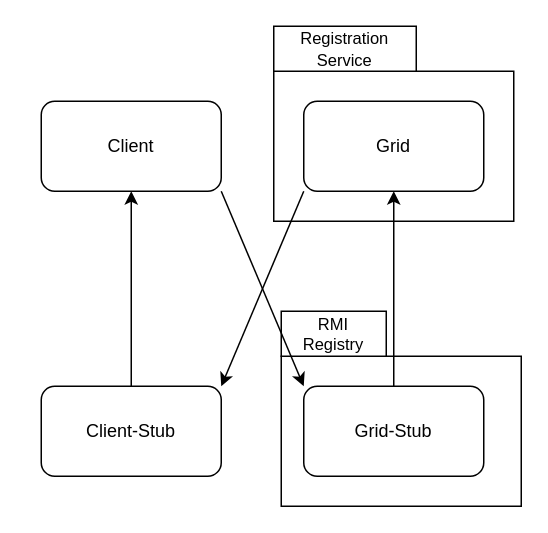
Earlier version of the draw.io diagram page "ArchitetturaRMI" (2 of 2) of pt2/Diagramma senza titolo.drawio (zucchero-sintattico/PCD-ASS03-23-24). Source tidied: cells renumbered, new cells numbered last; positions are measured from the earlier drawing's top-left corner, leaving out a move shared by most shapes. Both pictures are drawn from the tidied source at 150%, with x=0, y=0 at pixel (40, 26).
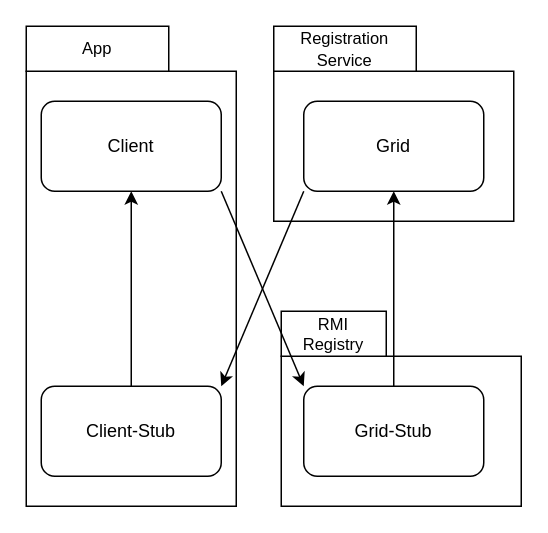
The same page after the edit.

Diff of the diagram source:
```diff
@@
 <mxGraphModel>
   <root>
     <mxCell id="0" />
     <mxCell id="1" parent="0" />
+    <mxCell id="14" style="rounded=0;whiteSpace=wrap;html=1;" parent="1" vertex="1">
+      <mxGeometry x="-10" y="30" width="140" height="290" as="geometry" />
+    </mxCell>
     <mxCell id="2" style="rounded=0;whiteSpace=wrap;html=1;gradientColor=none;fillColor=default;" parent="1" vertex="1">
       <mxGeometry x="155" y="30" width="160" height="100" as="geometry" />
     </mxCell>
     <mxCell id="3" style="rounded=0;whiteSpace=wrap;html=1;fillColor=default;" parent="1" vertex="1">
       <mxGeometry x="160" y="220" width="160" height="100" as="geometry" />
     </mxCell>
     <mxCell id="4" value="Client" style="rounded=1;whiteSpace=wrap;html=1;" parent="1" vertex="1">
       <mxGeometry y="50" width="120" height="60" as="geometry" />
     </mxCell>
     <mxCell id="5" style="rounded=0;jettySize=auto;html=1;exitX=0;exitY=1;exitDx=0;exitDy=0;entryX=1;entryY=0;entryDx=0;entryDy=0;" parent="1" edge="1" source="6" target="8">
       <mxGeometry relative="1" as="geometry" />
     </mxCell>
     <mxCell id="6" value="Grid" style="rounded=1;whiteSpace=wrap;html=1;" parent="1" vertex="1">
       <mxGeometry x="175" y="50" width="120" height="60" as="geometry" />
     </mxCell>
     <mxCell id="7" style="edgeStyle=orthogonalEdgeStyle;rounded=0;jettySize=auto;html=1;exitX=0.5;exitY=0;exitDx=0;exitDy=0;entryX=0.5;entryY=1;entryDx=0;entryDy=0;startArrow=none;startFill=0;endArrow=classic;endFill=1;" parent="1" edge="1" source="8" target="4">
       <mxGeometry relative="1" as="geometry" />
     </mxCell>
     <mxCell id="8" value="Client-Stub" style="rounded=1;whiteSpace=wrap;html=1;" parent="1" vertex="1">
       <mxGeometry y="240" width="120" height="60" as="geometry" />
     </mxCell>
     <mxCell id="9" style="edgeStyle=orthogonalEdgeStyle;rounded=0;jettySize=auto;html=1;exitX=0.5;exitY=0;exitDx=0;exitDy=0;entryX=0.5;entryY=1;entryDx=0;entryDy=0;startArrow=none;startFill=0;endArrow=classic;endFill=1;" parent="1" edge="1" source="10" target="6">
       <mxGeometry relative="1" as="geometry" />
     </mxCell>
     <mxCell id="10" value="Grid-Stub" style="rounded=1;whiteSpace=wrap;html=1;" parent="1" vertex="1">
       <mxGeometry x="175" y="240" width="120" height="60" as="geometry" />
     </mxCell>
     <mxCell id="11" value="&lt;font style=&quot;font-size: 11px;&quot;&gt;RMI&lt;/font&gt;&lt;div style=&quot;font-size: 11px;&quot;&gt;&lt;font style=&quot;font-size: 11px;&quot;&gt;Registry&lt;/font&gt;&lt;/div&gt;" style="rounded=0;whiteSpace=wrap;html=1;" parent="1" vertex="1">
       <mxGeometry x="160" y="190" width="70" height="30" as="geometry" />
     </mxCell>
     <mxCell id="12" value="&lt;span style=&quot;font-size: 11px;&quot;&gt;Registration&lt;/span&gt;&lt;div&gt;&lt;span style=&quot;font-size: 11px;&quot;&gt;Service&lt;/span&gt;&lt;/div&gt;" style="rounded=0;whiteSpace=wrap;html=1;" parent="1" vertex="1">
       <mxGeometry x="155" width="95" height="30" as="geometry" />
     </mxCell>
     <mxCell id="13" style="rounded=0;jettySize=auto;html=1;exitX=1;exitY=1;exitDx=0;exitDy=0;entryX=0;entryY=0;entryDx=0;entryDy=0;" parent="1" edge="1" source="4" target="10">
       <mxGeometry relative="1" as="geometry" />
     </mxCell>
+    <mxCell id="15" value="&lt;span style=&quot;font-size: 11px;&quot;&gt;App&lt;/span&gt;" style="rounded=0;whiteSpace=wrap;html=1;" parent="1" vertex="1">
+      <mxGeometry x="-10" width="95" height="30" as="geometry" />
+    </mxCell>
   </root>
 </mxGraphModel>
```
